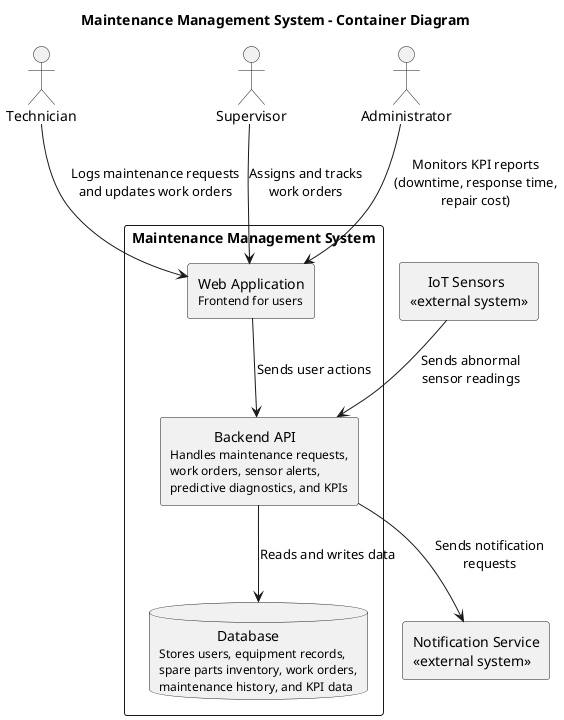
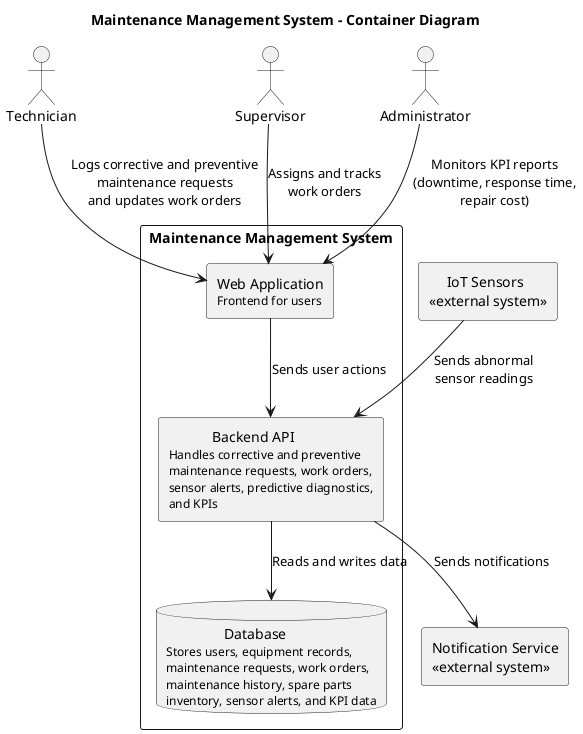
@startuml
title Maintenance Management System - Container Diagram

actor "Technician" as technician
actor "Supervisor" as supervisor
actor "Administrator" as admin

rectangle "     IoT Sensors\n<<external system>>" as iot
rectangle "Notification Service\n<<external system>>" as notification

rectangle "Maintenance Management System" {
    rectangle "Web Application\n<size:12>Frontend for users" as web
-     rectangle "\t    Backend API\n<size:12>Handles maintenance requests,\n<size:12>work orders, sensor alerts,\n<size:12>predictive diagnostics, and KPIs" as api
-     database "\t\tDatabase\n<size:12>Stores users, equipment records,\n<size:12>spare parts inventory, work orders,\n<size:12>maintenance history, and KPI data" as db
+     rectangle "\t    Backend API\n<size:12>Handles corrective and preventive\n<size:12>maintenance requests, work orders,\n<size:12>sensor alerts, predictive diagnostics,\n<size:12>and KPIs" as api
+     database "\t\tDatabase\n<size:12>Stores users, equipment records,\n<size:12>maintenance requests, work orders,\n<size:12>maintenance history, spare parts\n<size:12>inventory, sensor alerts, and KPI data" as db
}

- technician --> web : Logs maintenance requests\nand updates work orders
+ technician --> web : Logs corrective and preventive\nmaintenance requests\nand updates work orders
supervisor --> web : Assigns and tracks\nwork orders
admin --> web : Monitors KPI reports\n(downtime, response time,\nrepair cost)

web --> api : Sends user actions
api --> db : Reads and writes data

iot --> api : Sends abnormal\nsensor readings
- api --> notification : Sends notification\nrequests
+ api --> notification : Sends notifications

@enduml